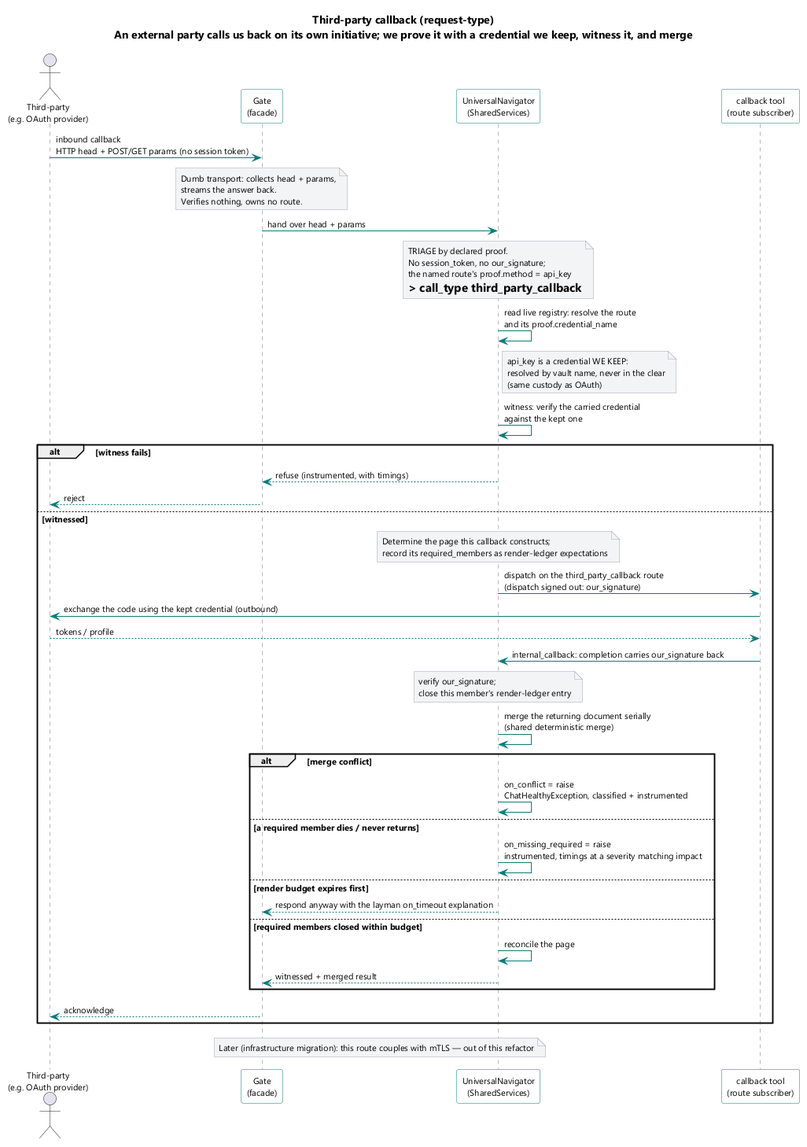
This is brain/machine_artifacts/diagramsAndImages/rendered/flow_third_party_callback.png from SkipSnow/ChatHealthyRepo, a PlantUML export, as it was before one commit.
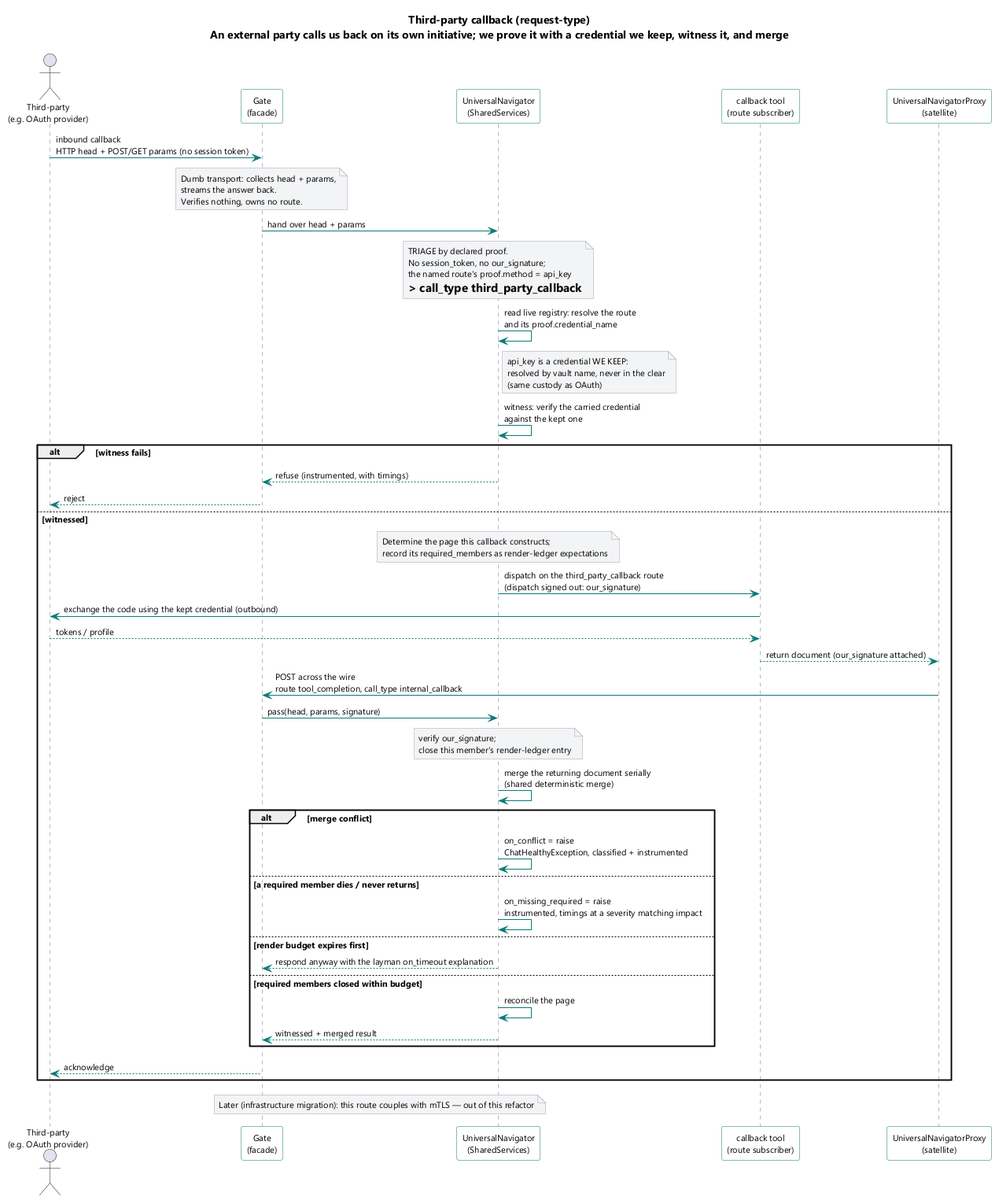
After the change.

What changed in the source:
```diff
@@ -15,6 +15,7 @@
 participant "Gate\n(facade)" as Gate
 participant "UniversalNavigator\n(SharedServices)" as UN
 participant "callback tool\n(route subscriber)" as Tool
+participant "UniversalNavigatorProxy\n(satellite)" as PXY
 
 TP -> Gate : inbound callback\nHTTP head + POST/GET params (no session token)
 note over Gate : Dumb transport: collects head + params,\nstreams the answer back.\nVerifies nothing, owns no route.
@@ -34,7 +35,9 @@
   UN -> Tool : dispatch on the third_party_callback route\n(dispatch signed out: our_signature)
   Tool -> TP : exchange the code using the kept credential (outbound)
   TP --> Tool : tokens / profile
-  Tool -> UN : internal_callback: completion carries our_signature back
+  Tool --> PXY : return document (our_signature attached)
+  PXY -> Gate : POST across the wire\nroute tool_completion, call_type internal_callback
+  Gate -> UN : pass(head, params, signature)
   note over UN : verify our_signature;\nclose this member's render-ledger entry
   UN -> UN : merge the returning document serially\n(shared deterministic merge)
 
```
